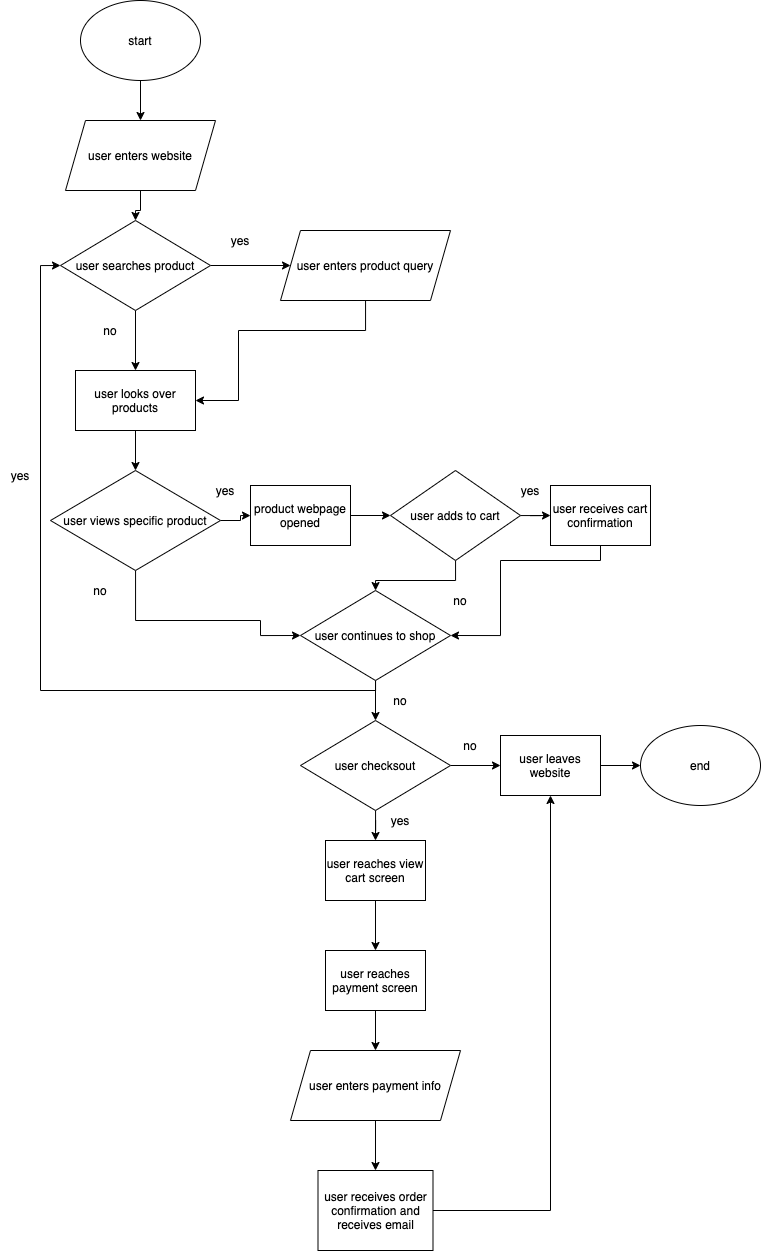
Before: part2/part2.drawio.png, a diagram exported from draw.io (ejewik/sp21-cse110-lab4). Source tidied: cells renumbered, new cells last; positions are measured from the earlier drawing's top-left corner, leaving out a move shared by most shapes.
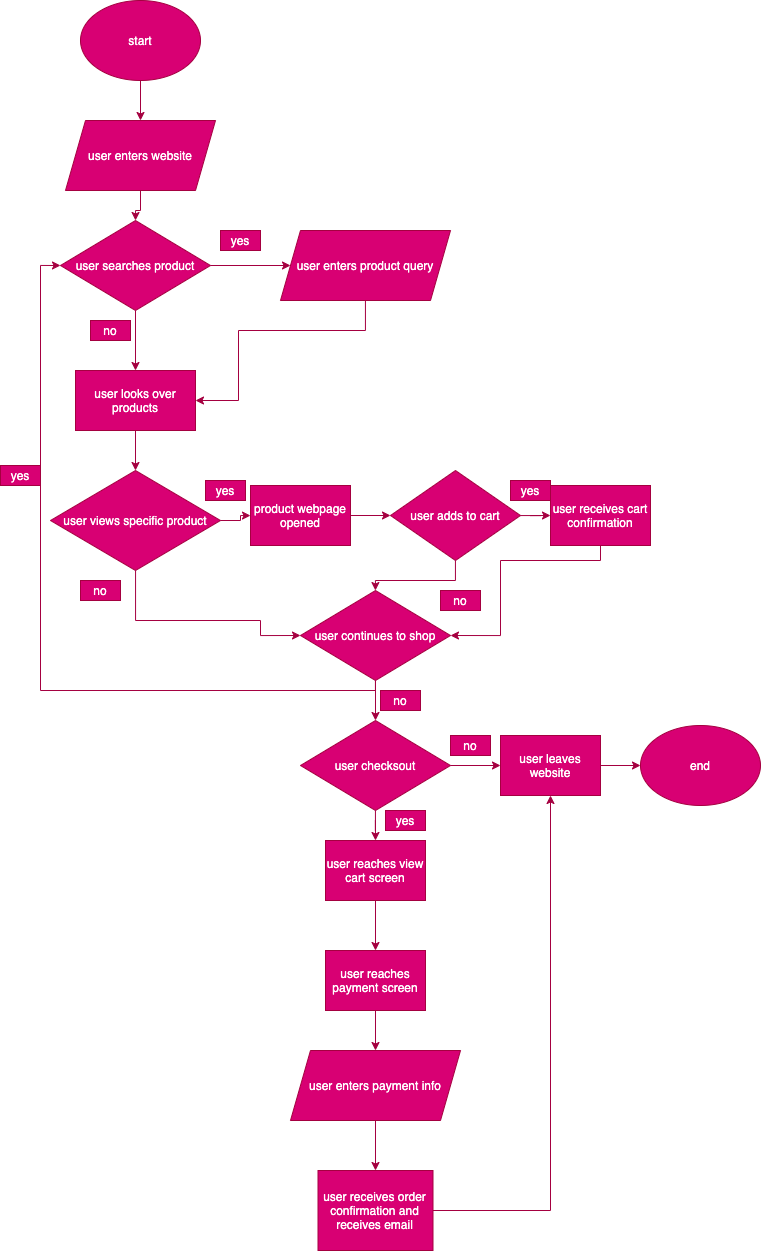
The same diagram one commit later.

Commit message:
fix diagram colors

Diff of the diagram source:
```diff
@@ -2,28 +2,28 @@
   <root>
     <mxCell id="0" />
     <mxCell id="1" parent="0" />
-    <mxCell id="2" style="edgeStyle=orthogonalEdgeStyle;rounded=0;jettySize=auto;html=1;exitX=0.5;exitY=1;exitDx=0;exitDy=0;entryX=0.5;entryY=0;entryDx=0;entryDy=0;" parent="1" edge="1" source="3" target="5">
+    <mxCell id="2" style="edgeStyle=orthogonalEdgeStyle;rounded=0;jettySize=auto;html=1;exitX=0.5;exitY=1;exitDx=0;exitDy=0;entryX=0.5;entryY=0;entryDx=0;entryDy=0;fillColor=#d80073;strokeColor=#A50040;" parent="1" edge="1" source="3" target="5">
       <mxGeometry relative="1" as="geometry" />
     </mxCell>
-    <mxCell id="3" value="start" style="ellipse;whiteSpace=wrap;html=1;" parent="1" vertex="1">
+    <mxCell id="3" value="start" style="ellipse;whiteSpace=wrap;html=1;fillColor=#d80073;strokeColor=#A50040;fontColor=#ffffff;" parent="1" vertex="1">
       <mxGeometry x="80" width="120" height="80" as="geometry" />
     </mxCell>
-    <mxCell id="4" style="edgeStyle=orthogonalEdgeStyle;rounded=0;jettySize=auto;html=1;entryX=0.5;entryY=0;entryDx=0;entryDy=0;" parent="1" edge="1" source="5" target="8">
+    <mxCell id="4" style="edgeStyle=orthogonalEdgeStyle;rounded=0;jettySize=auto;html=1;entryX=0.5;entryY=0;entryDx=0;entryDy=0;fillColor=#d80073;strokeColor=#A50040;" parent="1" edge="1" source="5" target="8">
       <mxGeometry relative="1" as="geometry" />
     </mxCell>
-    <mxCell id="5" value="user enters website" style="shape=parallelogram;perimeter=parallelogramPerimeter;whiteSpace=wrap;html=1;fixedSize=1;" parent="1" vertex="1">
+    <mxCell id="5" value="user enters website" style="shape=parallelogram;perimeter=parallelogramPerimeter;whiteSpace=wrap;html=1;fixedSize=1;fillColor=#d80073;strokeColor=#A50040;fontColor=#ffffff;" parent="1" vertex="1">
       <mxGeometry x="65" y="120" width="150" height="70" as="geometry" />
     </mxCell>
-    <mxCell id="6" style="edgeStyle=orthogonalEdgeStyle;rounded=0;jettySize=auto;html=1;" parent="1" edge="1" source="8" target="10">
+    <mxCell id="6" style="edgeStyle=orthogonalEdgeStyle;rounded=0;jettySize=auto;html=1;fillColor=#d80073;strokeColor=#A50040;" parent="1" edge="1" source="8" target="10">
       <mxGeometry relative="1" as="geometry" />
     </mxCell>
-    <mxCell id="7" style="edgeStyle=orthogonalEdgeStyle;rounded=0;jettySize=auto;html=1;exitX=0.5;exitY=1;exitDx=0;exitDy=0;entryX=0.5;entryY=0;entryDx=0;entryDy=0;" parent="1" edge="1" source="8" target="15">
+    <mxCell id="7" style="edgeStyle=orthogonalEdgeStyle;rounded=0;jettySize=auto;html=1;exitX=0.5;exitY=1;exitDx=0;exitDy=0;entryX=0.5;entryY=0;entryDx=0;entryDy=0;fillColor=#d80073;strokeColor=#A50040;" parent="1" edge="1" source="8" target="15">
       <mxGeometry relative="1" as="geometry" />
     </mxCell>
-    <mxCell id="8" value="&lt;div&gt;&lt;span&gt;user searches product&lt;/span&gt;&lt;/div&gt;" style="rhombus;whiteSpace=wrap;html=1;align=center;" parent="1" vertex="1">
+    <mxCell id="8" value="&lt;div&gt;&lt;span&gt;user searches product&lt;/span&gt;&lt;/div&gt;" style="rhombus;whiteSpace=wrap;html=1;align=center;fillColor=#d80073;strokeColor=#A50040;fontColor=#ffffff;" parent="1" vertex="1">
       <mxGeometry x="60" y="220" width="150" height="90" as="geometry" />
     </mxCell>
-    <mxCell id="9" style="edgeStyle=orthogonalEdgeStyle;rounded=0;jettySize=auto;html=1;entryX=1;entryY=0.5;entryDx=0;entryDy=0;" parent="1" edge="1" source="10" target="15">
+    <mxCell id="9" style="edgeStyle=orthogonalEdgeStyle;rounded=0;jettySize=auto;html=1;entryX=1;entryY=0.5;entryDx=0;entryDy=0;fillColor=#d80073;strokeColor=#A50040;" parent="1" edge="1" source="10" target="15">
       <mxGeometry relative="1" as="geometry">
         <Array as="points">
           <mxPoint x="365" y="330" />
@@ -32,31 +32,31 @@
         </Array>
       </mxGeometry>
     </mxCell>
-    <mxCell id="10" value="user enters product query" style="shape=parallelogram;perimeter=parallelogramPerimeter;whiteSpace=wrap;html=1;fixedSize=1;" parent="1" vertex="1">
+    <mxCell id="10" value="user enters product query" style="shape=parallelogram;perimeter=parallelogramPerimeter;whiteSpace=wrap;html=1;fixedSize=1;fillColor=#d80073;strokeColor=#A50040;fontColor=#ffffff;" parent="1" vertex="1">
       <mxGeometry x="280" y="230" width="170" height="70" as="geometry" />
     </mxCell>
-    <mxCell id="11" value="yes" style="text;html=1;strokeColor=none;fillColor=none;align=center;verticalAlign=middle;whiteSpace=wrap;rounded=0;" parent="1" vertex="1">
+    <mxCell id="11" value="yes" style="text;html=1;strokeColor=#A50040;fillColor=#d80073;align=center;verticalAlign=middle;whiteSpace=wrap;rounded=0;fontColor=#ffffff;" parent="1" vertex="1">
       <mxGeometry x="220" y="230" width="40" height="20" as="geometry" />
     </mxCell>
-    <mxCell id="12" style="edgeStyle=orthogonalEdgeStyle;rounded=0;jettySize=auto;html=1;entryX=0.5;entryY=0;entryDx=0;entryDy=0;" parent="1" edge="1" source="13" target="48">
+    <mxCell id="12" style="edgeStyle=orthogonalEdgeStyle;rounded=0;jettySize=auto;html=1;entryX=0.5;entryY=0;entryDx=0;entryDy=0;fillColor=#d80073;strokeColor=#A50040;" parent="1" edge="1" source="13" target="48">
       <mxGeometry relative="1" as="geometry" />
     </mxCell>
-    <mxCell id="13" value="user enters payment info" style="shape=parallelogram;perimeter=parallelogramPerimeter;whiteSpace=wrap;html=1;fixedSize=1;" parent="1" vertex="1">
+    <mxCell id="13" value="user enters payment info" style="shape=parallelogram;perimeter=parallelogramPerimeter;whiteSpace=wrap;html=1;fixedSize=1;fillColor=#d80073;strokeColor=#A50040;fontColor=#ffffff;" parent="1" vertex="1">
       <mxGeometry x="290" y="1050" width="170" height="70" as="geometry" />
     </mxCell>
-    <mxCell id="14" style="edgeStyle=orthogonalEdgeStyle;rounded=0;jettySize=auto;html=1;entryX=0.5;entryY=0;entryDx=0;entryDy=0;" parent="1" edge="1" source="15" target="19">
+    <mxCell id="14" style="edgeStyle=orthogonalEdgeStyle;rounded=0;jettySize=auto;html=1;entryX=0.5;entryY=0;entryDx=0;entryDy=0;fillColor=#d80073;strokeColor=#A50040;" parent="1" edge="1" source="15" target="19">
       <mxGeometry relative="1" as="geometry" />
     </mxCell>
-    <mxCell id="15" value="user looks over products" style="rounded=0;whiteSpace=wrap;html=1;" parent="1" vertex="1">
+    <mxCell id="15" value="user looks over products" style="rounded=0;whiteSpace=wrap;html=1;fillColor=#d80073;strokeColor=#A50040;fontColor=#ffffff;" parent="1" vertex="1">
       <mxGeometry x="75" y="370" width="120" height="60" as="geometry" />
     </mxCell>
-    <mxCell id="16" value="no" style="text;html=1;strokeColor=none;fillColor=none;align=center;verticalAlign=middle;whiteSpace=wrap;rounded=0;" parent="1" vertex="1">
+    <mxCell id="16" value="no" style="text;html=1;strokeColor=#A50040;fillColor=#d80073;align=center;verticalAlign=middle;whiteSpace=wrap;rounded=0;fontColor=#ffffff;" parent="1" vertex="1">
       <mxGeometry x="90" y="320" width="40" height="20" as="geometry" />
     </mxCell>
-    <mxCell id="17" style="edgeStyle=orthogonalEdgeStyle;rounded=0;jettySize=auto;html=1;" parent="1" edge="1" source="19" target="21">
+    <mxCell id="17" style="edgeStyle=orthogonalEdgeStyle;rounded=0;jettySize=auto;html=1;fillColor=#d80073;strokeColor=#A50040;" parent="1" edge="1" source="19" target="21">
       <mxGeometry relative="1" as="geometry" />
     </mxCell>
-    <mxCell id="18" style="edgeStyle=orthogonalEdgeStyle;rounded=0;jettySize=auto;html=1;entryX=0;entryY=0.5;entryDx=0;entryDy=0;" parent="1" edge="1" source="19" target="31">
+    <mxCell id="18" style="edgeStyle=orthogonalEdgeStyle;rounded=0;jettySize=auto;html=1;entryX=0;entryY=0.5;entryDx=0;entryDy=0;fillColor=#d80073;strokeColor=#A50040;" parent="1" edge="1" source="19" target="31">
       <mxGeometry relative="1" as="geometry">
         <Array as="points">
           <mxPoint x="135" y="620" />
@@ -65,28 +65,28 @@
         </Array>
       </mxGeometry>
     </mxCell>
-    <mxCell id="19" value="user views specific product" style="rhombus;whiteSpace=wrap;html=1;align=center;" parent="1" vertex="1">
+    <mxCell id="19" value="user views specific product" style="rhombus;whiteSpace=wrap;html=1;align=center;fillColor=#d80073;strokeColor=#A50040;fontColor=#ffffff;" parent="1" vertex="1">
       <mxGeometry x="50" y="470" width="170" height="100" as="geometry" />
     </mxCell>
-    <mxCell id="20" style="edgeStyle=orthogonalEdgeStyle;rounded=0;jettySize=auto;html=1;" parent="1" edge="1" source="21" target="25">
+    <mxCell id="20" style="edgeStyle=orthogonalEdgeStyle;rounded=0;jettySize=auto;html=1;fillColor=#d80073;strokeColor=#A50040;" parent="1" edge="1" source="21" target="25">
       <mxGeometry relative="1" as="geometry" />
     </mxCell>
-    <mxCell id="21" value="product webpage opened" style="rounded=0;whiteSpace=wrap;html=1;" parent="1" vertex="1">
+    <mxCell id="21" value="product webpage opened" style="rounded=0;whiteSpace=wrap;html=1;fillColor=#d80073;strokeColor=#A50040;fontColor=#ffffff;" parent="1" vertex="1">
       <mxGeometry x="250" y="485" width="100" height="60" as="geometry" />
     </mxCell>
-    <mxCell id="22" value="yes" style="text;html=1;strokeColor=none;fillColor=none;align=center;verticalAlign=middle;whiteSpace=wrap;rounded=0;" parent="1" vertex="1">
+    <mxCell id="22" value="yes" style="text;html=1;strokeColor=#A50040;fillColor=#d80073;align=center;verticalAlign=middle;whiteSpace=wrap;rounded=0;fontColor=#ffffff;" parent="1" vertex="1">
       <mxGeometry x="205" y="480" width="40" height="20" as="geometry" />
     </mxCell>
-    <mxCell id="23" style="edgeStyle=orthogonalEdgeStyle;rounded=0;jettySize=auto;html=1;entryX=0;entryY=0.5;entryDx=0;entryDy=0;" parent="1" edge="1" source="25" target="27">
+    <mxCell id="23" style="edgeStyle=orthogonalEdgeStyle;rounded=0;jettySize=auto;html=1;entryX=0;entryY=0.5;entryDx=0;entryDy=0;fillColor=#d80073;strokeColor=#A50040;" parent="1" edge="1" source="25" target="27">
       <mxGeometry relative="1" as="geometry" />
     </mxCell>
-    <mxCell id="24" style="edgeStyle=orthogonalEdgeStyle;rounded=0;jettySize=auto;html=1;" parent="1" edge="1" source="25" target="31">
+    <mxCell id="24" style="edgeStyle=orthogonalEdgeStyle;rounded=0;jettySize=auto;html=1;fillColor=#d80073;strokeColor=#A50040;" parent="1" edge="1" source="25" target="31">
       <mxGeometry relative="1" as="geometry" />
     </mxCell>
-    <mxCell id="25" value="user adds to cart" style="rhombus;whiteSpace=wrap;html=1;align=center;" parent="1" vertex="1">
+    <mxCell id="25" value="user adds to cart" style="rhombus;whiteSpace=wrap;html=1;align=center;fillColor=#d80073;strokeColor=#A50040;fontColor=#ffffff;" parent="1" vertex="1">
       <mxGeometry x="390" y="470" width="130" height="90" as="geometry" />
     </mxCell>
-    <mxCell id="26" style="edgeStyle=orthogonalEdgeStyle;rounded=0;jettySize=auto;html=1;entryX=1;entryY=0.5;entryDx=0;entryDy=0;" parent="1" edge="1" source="27" target="31">
+    <mxCell id="26" style="edgeStyle=orthogonalEdgeStyle;rounded=0;jettySize=auto;html=1;entryX=1;entryY=0.5;entryDx=0;entryDy=0;fillColor=#d80073;strokeColor=#A50040;" parent="1" edge="1" source="27" target="31">
       <mxGeometry relative="1" as="geometry">
         <Array as="points">
           <mxPoint x="600" y="560" />
@@ -95,16 +95,16 @@
         </Array>
       </mxGeometry>
     </mxCell>
-    <mxCell id="27" value="user receives cart confirmation" style="rounded=0;whiteSpace=wrap;html=1;" parent="1" vertex="1">
+    <mxCell id="27" value="user receives cart confirmation" style="rounded=0;whiteSpace=wrap;html=1;fillColor=#d80073;strokeColor=#A50040;fontColor=#ffffff;" parent="1" vertex="1">
       <mxGeometry x="550" y="485" width="100" height="60" as="geometry" />
     </mxCell>
-    <mxCell id="28" value="yes" style="text;html=1;strokeColor=none;fillColor=none;align=center;verticalAlign=middle;whiteSpace=wrap;rounded=0;" parent="1" vertex="1">
+    <mxCell id="28" value="yes" style="text;html=1;strokeColor=#A50040;fillColor=#d80073;align=center;verticalAlign=middle;whiteSpace=wrap;rounded=0;fontColor=#ffffff;" parent="1" vertex="1">
       <mxGeometry x="510" y="480" width="40" height="20" as="geometry" />
     </mxCell>
-    <mxCell id="29" style="edgeStyle=orthogonalEdgeStyle;rounded=0;jettySize=auto;html=1;entryX=0.5;entryY=0;entryDx=0;entryDy=0;" parent="1" edge="1" source="31" target="36">
+    <mxCell id="29" style="edgeStyle=orthogonalEdgeStyle;rounded=0;jettySize=auto;html=1;entryX=0.5;entryY=0;entryDx=0;entryDy=0;fillColor=#d80073;strokeColor=#A50040;" parent="1" edge="1" source="31" target="36">
       <mxGeometry relative="1" as="geometry" />
     </mxCell>
-    <mxCell id="30" style="edgeStyle=orthogonalEdgeStyle;rounded=0;jettySize=auto;html=1;entryX=0;entryY=0.5;entryDx=0;entryDy=0;" parent="1" edge="1" source="31" target="8">
+    <mxCell id="30" style="edgeStyle=orthogonalEdgeStyle;rounded=0;jettySize=auto;html=1;entryX=0;entryY=0.5;entryDx=0;entryDy=0;fillColor=#d80073;strokeColor=#A50040;" parent="1" edge="1" source="31" target="8">
       <mxGeometry relative="1" as="geometry">
         <Array as="points">
           <mxPoint x="375" y="690" />
@@ -113,62 +113,62 @@
         </Array>
       </mxGeometry>
     </mxCell>
-    <mxCell id="31" value="user continues to shop" style="rhombus;whiteSpace=wrap;html=1;align=center;" parent="1" vertex="1">
+    <mxCell id="31" value="user continues to shop" style="rhombus;whiteSpace=wrap;html=1;align=center;fillColor=#d80073;strokeColor=#A50040;fontColor=#ffffff;" parent="1" vertex="1">
       <mxGeometry x="300" y="590" width="150" height="90" as="geometry" />
     </mxCell>
-    <mxCell id="32" value="no" style="text;html=1;strokeColor=none;fillColor=none;align=center;verticalAlign=middle;whiteSpace=wrap;rounded=0;" parent="1" vertex="1">
+    <mxCell id="32" value="no" style="text;html=1;strokeColor=#A50040;fillColor=#d80073;align=center;verticalAlign=middle;whiteSpace=wrap;rounded=0;fontColor=#ffffff;" parent="1" vertex="1">
       <mxGeometry x="440" y="590" width="40" height="20" as="geometry" />
     </mxCell>
-    <mxCell id="33" value="no" style="text;html=1;strokeColor=none;fillColor=none;align=center;verticalAlign=middle;whiteSpace=wrap;rounded=0;" parent="1" vertex="1">
+    <mxCell id="33" value="no" style="text;html=1;strokeColor=#A50040;fillColor=#d80073;align=center;verticalAlign=middle;whiteSpace=wrap;rounded=0;fontColor=#ffffff;" parent="1" vertex="1">
       <mxGeometry x="80" y="580" width="40" height="20" as="geometry" />
     </mxCell>
-    <mxCell id="34" style="edgeStyle=orthogonalEdgeStyle;rounded=0;jettySize=auto;html=1;entryX=0;entryY=0.5;entryDx=0;entryDy=0;" parent="1" edge="1" source="36" target="40">
+    <mxCell id="34" style="edgeStyle=orthogonalEdgeStyle;rounded=0;jettySize=auto;html=1;entryX=0;entryY=0.5;entryDx=0;entryDy=0;fillColor=#d80073;strokeColor=#A50040;" parent="1" edge="1" source="36" target="40">
       <mxGeometry relative="1" as="geometry" />
     </mxCell>
-    <mxCell id="35" style="edgeStyle=orthogonalEdgeStyle;rounded=0;jettySize=auto;html=1;entryX=0.5;entryY=0;entryDx=0;entryDy=0;" parent="1" edge="1" source="36" target="44">
+    <mxCell id="35" style="edgeStyle=orthogonalEdgeStyle;rounded=0;jettySize=auto;html=1;entryX=0.5;entryY=0;entryDx=0;entryDy=0;fillColor=#d80073;strokeColor=#A50040;" parent="1" edge="1" source="36" target="44">
       <mxGeometry relative="1" as="geometry" />
     </mxCell>
-    <mxCell id="36" value="user checksout" style="rhombus;whiteSpace=wrap;html=1;align=center;" parent="1" vertex="1">
+    <mxCell id="36" value="user checksout" style="rhombus;whiteSpace=wrap;html=1;align=center;fillColor=#d80073;strokeColor=#A50040;fontColor=#ffffff;" parent="1" vertex="1">
       <mxGeometry x="300" y="720" width="150" height="90" as="geometry" />
     </mxCell>
-    <mxCell id="37" value="no" style="text;html=1;strokeColor=none;fillColor=none;align=center;verticalAlign=middle;whiteSpace=wrap;rounded=0;" parent="1" vertex="1">
+    <mxCell id="37" value="no" style="text;html=1;strokeColor=#A50040;fillColor=#d80073;align=center;verticalAlign=middle;whiteSpace=wrap;rounded=0;fontColor=#ffffff;" parent="1" vertex="1">
       <mxGeometry x="380" y="690" width="40" height="20" as="geometry" />
     </mxCell>
-    <mxCell id="38" value="yes" style="text;html=1;strokeColor=none;fillColor=none;align=center;verticalAlign=middle;whiteSpace=wrap;rounded=0;" parent="1" vertex="1">
+    <mxCell id="38" value="yes" style="text;html=1;strokeColor=#A50040;fillColor=#d80073;align=center;verticalAlign=middle;whiteSpace=wrap;rounded=0;fontColor=#ffffff;" parent="1" vertex="1">
       <mxGeometry y="465" width="40" height="20" as="geometry" />
     </mxCell>
-    <mxCell id="39" style="edgeStyle=orthogonalEdgeStyle;rounded=0;jettySize=auto;html=1;entryX=0;entryY=0.5;entryDx=0;entryDy=0;" parent="1" edge="1" source="40" target="42">
+    <mxCell id="39" style="edgeStyle=orthogonalEdgeStyle;rounded=0;jettySize=auto;html=1;entryX=0;entryY=0.5;entryDx=0;entryDy=0;fillColor=#d80073;strokeColor=#A50040;" parent="1" edge="1" source="40" target="42">
       <mxGeometry relative="1" as="geometry" />
     </mxCell>
-    <mxCell id="40" value="user leaves website" style="rounded=0;whiteSpace=wrap;html=1;" parent="1" vertex="1">
+    <mxCell id="40" value="user leaves website" style="rounded=0;whiteSpace=wrap;html=1;fillColor=#d80073;strokeColor=#A50040;fontColor=#ffffff;" parent="1" vertex="1">
       <mxGeometry x="500" y="735" width="100" height="60" as="geometry" />
     </mxCell>
-    <mxCell id="41" value="no" style="text;html=1;strokeColor=none;fillColor=none;align=center;verticalAlign=middle;whiteSpace=wrap;rounded=0;" parent="1" vertex="1">
+    <mxCell id="41" value="no" style="text;html=1;strokeColor=#A50040;fillColor=#d80073;align=center;verticalAlign=middle;whiteSpace=wrap;rounded=0;fontColor=#ffffff;" parent="1" vertex="1">
       <mxGeometry x="450" y="735" width="40" height="20" as="geometry" />
     </mxCell>
-    <mxCell id="42" value="end" style="ellipse;whiteSpace=wrap;html=1;" parent="1" vertex="1">
+    <mxCell id="42" value="end" style="ellipse;whiteSpace=wrap;html=1;fillColor=#d80073;strokeColor=#A50040;fontColor=#ffffff;" parent="1" vertex="1">
       <mxGeometry x="640" y="725" width="120" height="80" as="geometry" />
     </mxCell>
-    <mxCell id="43" style="edgeStyle=orthogonalEdgeStyle;rounded=0;jettySize=auto;html=1;entryX=0.5;entryY=0;entryDx=0;entryDy=0;" parent="1" edge="1" source="44" target="46">
+    <mxCell id="43" style="edgeStyle=orthogonalEdgeStyle;rounded=0;jettySize=auto;html=1;entryX=0.5;entryY=0;entryDx=0;entryDy=0;fillColor=#d80073;strokeColor=#A50040;" parent="1" edge="1" source="44" target="46">
       <mxGeometry relative="1" as="geometry" />
     </mxCell>
-    <mxCell id="44" value="user reaches view cart screen" style="rounded=0;whiteSpace=wrap;html=1;" parent="1" vertex="1">
+    <mxCell id="44" value="user reaches view cart screen" style="rounded=0;whiteSpace=wrap;html=1;fillColor=#d80073;strokeColor=#A50040;fontColor=#ffffff;" parent="1" vertex="1">
       <mxGeometry x="325" y="840" width="100" height="60" as="geometry" />
     </mxCell>
-    <mxCell id="45" style="edgeStyle=orthogonalEdgeStyle;rounded=0;jettySize=auto;html=1;entryX=0.5;entryY=0;entryDx=0;entryDy=0;" parent="1" edge="1" source="46" target="13">
+    <mxCell id="45" style="edgeStyle=orthogonalEdgeStyle;rounded=0;jettySize=auto;html=1;entryX=0.5;entryY=0;entryDx=0;entryDy=0;fillColor=#d80073;strokeColor=#A50040;" parent="1" edge="1" source="46" target="13">
       <mxGeometry relative="1" as="geometry" />
     </mxCell>
-    <mxCell id="46" value="user reaches payment screen" style="rounded=0;whiteSpace=wrap;html=1;" parent="1" vertex="1">
+    <mxCell id="46" value="user reaches payment screen" style="rounded=0;whiteSpace=wrap;html=1;fillColor=#d80073;strokeColor=#A50040;fontColor=#ffffff;" parent="1" vertex="1">
       <mxGeometry x="325" y="950" width="100" height="60" as="geometry" />
     </mxCell>
-    <mxCell id="47" style="edgeStyle=orthogonalEdgeStyle;rounded=0;jettySize=auto;html=1;entryX=0.5;entryY=1;entryDx=0;entryDy=0;" parent="1" edge="1" source="48" target="40">
+    <mxCell id="47" style="edgeStyle=orthogonalEdgeStyle;rounded=0;jettySize=auto;html=1;entryX=0.5;entryY=1;entryDx=0;entryDy=0;fillColor=#d80073;strokeColor=#A50040;" parent="1" edge="1" source="48" target="40">
       <mxGeometry relative="1" as="geometry" />
     </mxCell>
-    <mxCell id="48" value="user receives order confirmation and receives email" style="rounded=0;whiteSpace=wrap;html=1;" parent="1" vertex="1">
+    <mxCell id="48" value="user receives order confirmation and receives email" style="rounded=0;whiteSpace=wrap;html=1;fillColor=#d80073;strokeColor=#A50040;fontColor=#ffffff;" parent="1" vertex="1">
       <mxGeometry x="317.5" y="1170" width="115" height="80" as="geometry" />
     </mxCell>
-    <mxCell id="49" value="yes" style="text;html=1;strokeColor=none;fillColor=none;align=center;verticalAlign=middle;whiteSpace=wrap;rounded=0;" parent="1" vertex="1">
-      <mxGeometry x="380" y="810" width="40" height="20" as="geometry" />
+    <mxCell id="49" value="yes" style="text;html=1;strokeColor=#A50040;fillColor=#d80073;align=center;verticalAlign=middle;whiteSpace=wrap;rounded=0;fontColor=#ffffff;" parent="1" vertex="1">
+      <mxGeometry x="385" y="810" width="40" height="20" as="geometry" />
     </mxCell>
   </root>
 </mxGraphModel>
```
